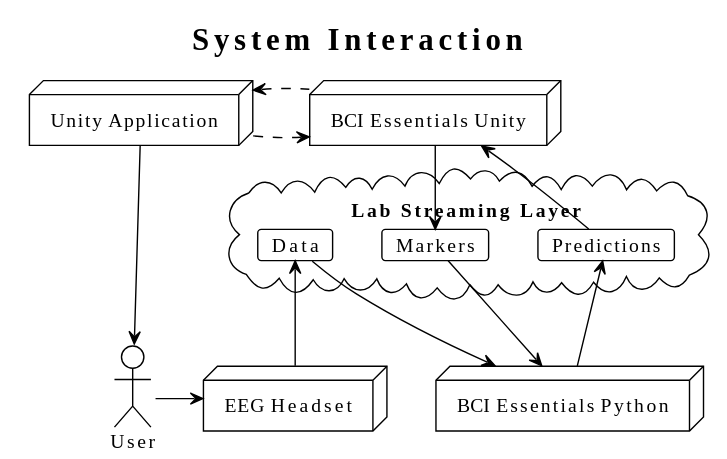
This is content/interaction.svg from BCI-Games/bessy-docs, a PlantUML export, as it was before one commit.
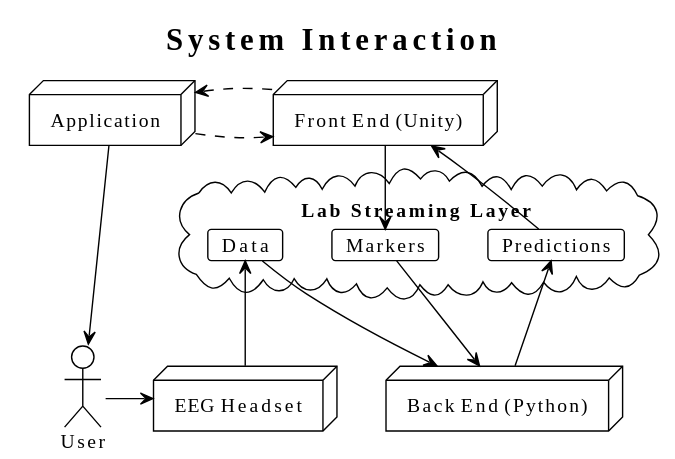
After the commit.

Commit message:
Refined home page - clarified nature of BCI Essentials, focusing on the underlying communication framework with arbitrary front and back ends - adjusted interaction diagram

What changed in the source:
```diff
@@ -10,23 +10,23 @@
     card "Data" as data
 }
 
-node "BCI Essentials Python" as bessy_py
-markers --> bessy_py
-predictions <-- bessy_py
+node "Back End (Python)" as back_end
+markers --> back_end
+predictions <-- back_end
 
-node "BCI Essentials Unity" as bessy_u
-bessy_u --> markers
-bessy_u <-- predictions
+node "Front End (Unity)" as front_end
+front_end --> markers
+front_end <-- predictions
 
 node "EEG Headset" as headset
 data <-- headset
-data --> bessy_py
+data --> back_end
 
 
-node "Unity Application" as app
+node "Application" as app
 
-app .> bessy_u
-app <.[norank]. bessy_u
+app .> front_end
+app <.[norank]. front_end
 
 actor User
 app --> User
```
